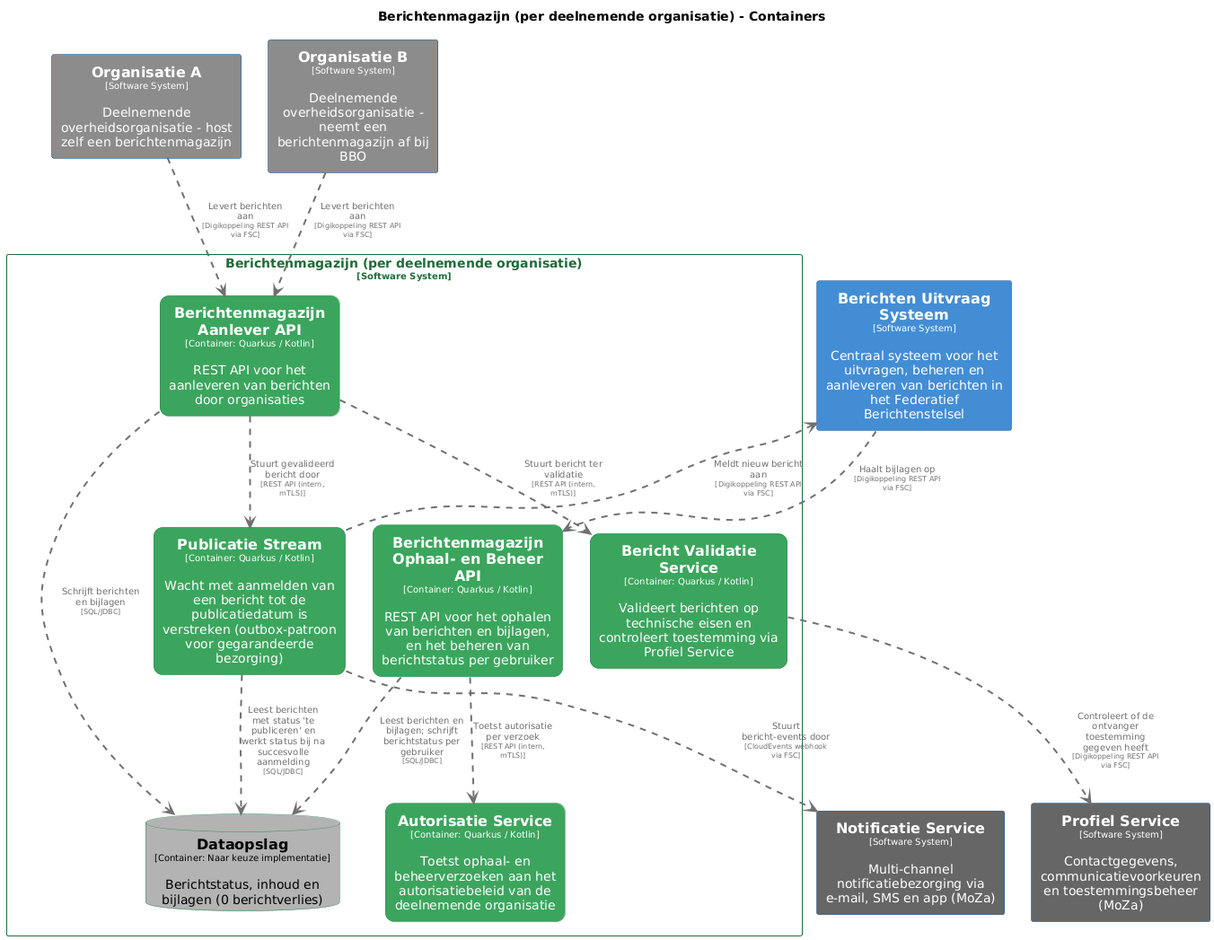
Above: pr-preview/pr-29/master/png/BerichtenmagazijnContainers.png in MinBZK/moza-poc-fbs-berichtenbox (PlantUML), before the change.
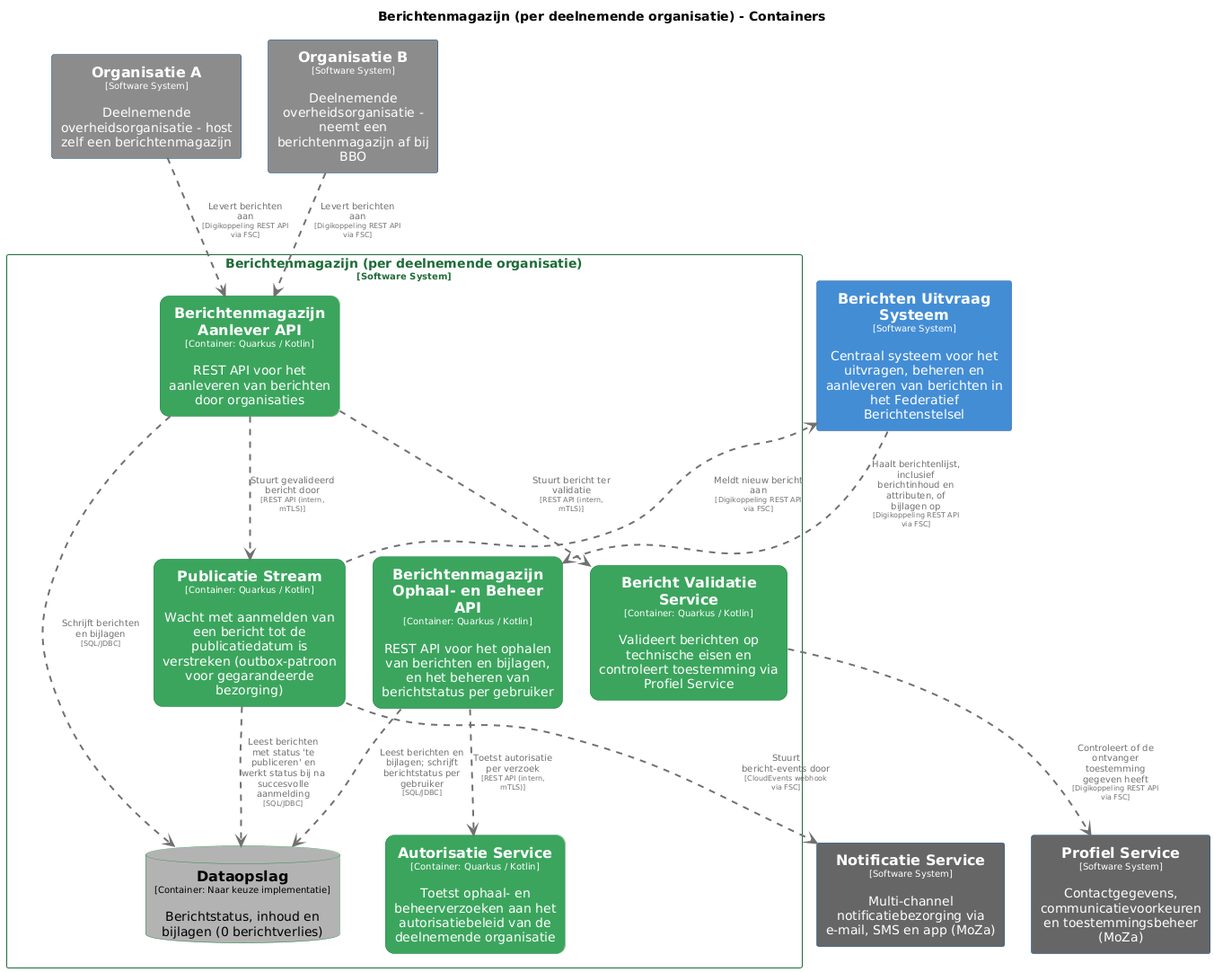
After the commit.

The edit, as a diff of the source:
```diff
@@ -118,5 +118,5 @@
 Berichtenmagazijnperdeelnemendeorganisatie.BerichtenmagazijnAanleverAPI .[#707070,thickness=2].> Berichtenmagazijnperdeelnemendeorganisatie.PublicatieStream : "<color:#707070>Stuurt gevalideerd bericht door\n<color:#707070><size:8>[REST API (intern, mTLS)]</size>"
 Berichtenmagazijnperdeelnemendeorganisatie.PublicatieStream .[#707070,thickness=2].> Berichtenmagazijnperdeelnemendeorganisatie.Dataopslag : "<color:#707070>Leest berichten met status 'te publiceren' en werkt status bij na succesvolle aanmelding\n<color:#707070><size:8>[SQL/JDBC]</size>"
 Berichtenmagazijnperdeelnemendeorganisatie.BerichtenmagazijnOphaalenBeheerAPI .[#707070,thickness=2].> Berichtenmagazijnperdeelnemendeorganisatie.AutorisatieService : "<color:#707070>Toetst autorisatie per verzoek\n<color:#707070><size:8>[REST API (intern, mTLS)]</size>"
-BerichtenUitvraagSysteem .[#707070,thickness=2].> Berichtenmagazijnperdeelnemendeorganisatie.BerichtenmagazijnOphaalenBeheerAPI : "<color:#707070>Haalt bijlagen op\n<color:#707070><size:8>[Digikoppeling REST API via FSC]</size>"
+BerichtenUitvraagSysteem .[#707070,thickness=2].> Berichtenmagazijnperdeelnemendeorganisatie.BerichtenmagazijnOphaalenBeheerAPI : "<color:#707070>Haalt berichtenlijst, inclusief berichtinhoud en attributen, of bijlagen op\n<color:#707070><size:8>[Digikoppeling REST API via FSC]</size>"
 @enduml
```
